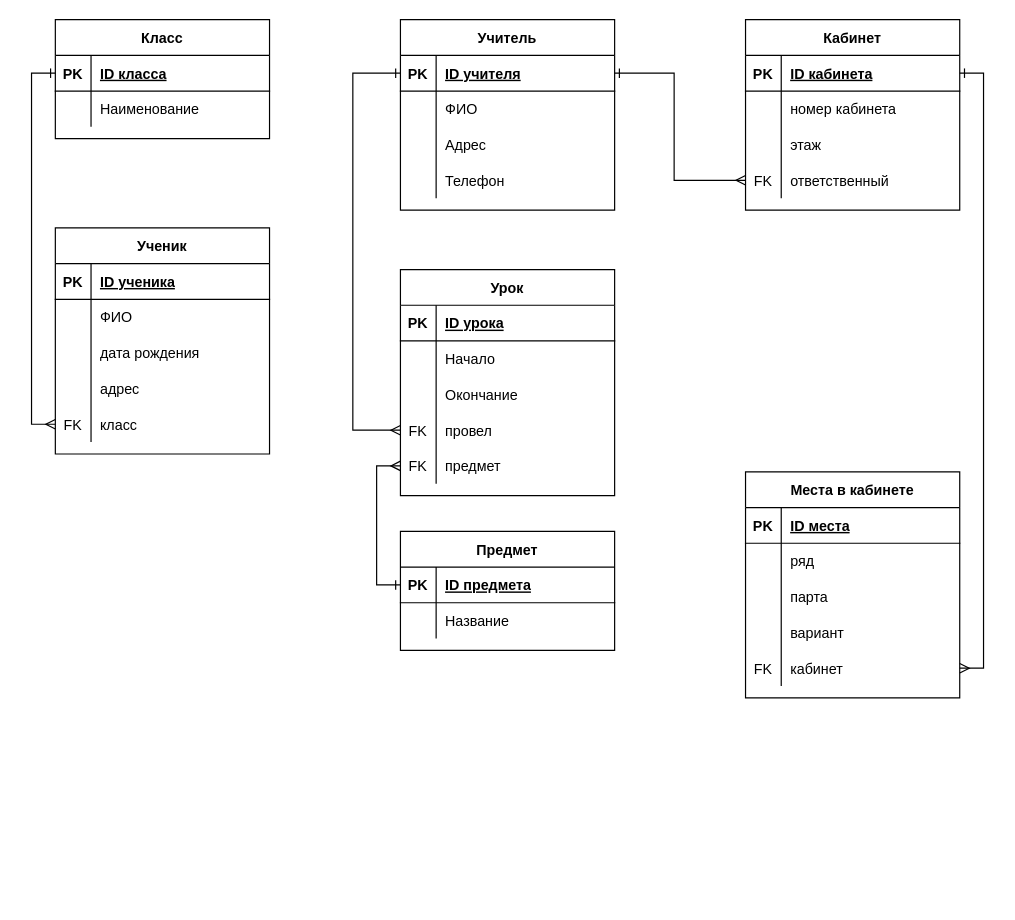
The draw.io diagram school.drawio in jokerjam-s/GB_Databases_HomeWork_003, before the edit. Source tidied: cells renumbered, new cells numbered last; positions are measured from the earlier drawing's top-left corner, leaving out a move shared by most shapes. Both pictures are drawn from the tidied source at 119%, with x=0, y=0 at pixel (55, 19).
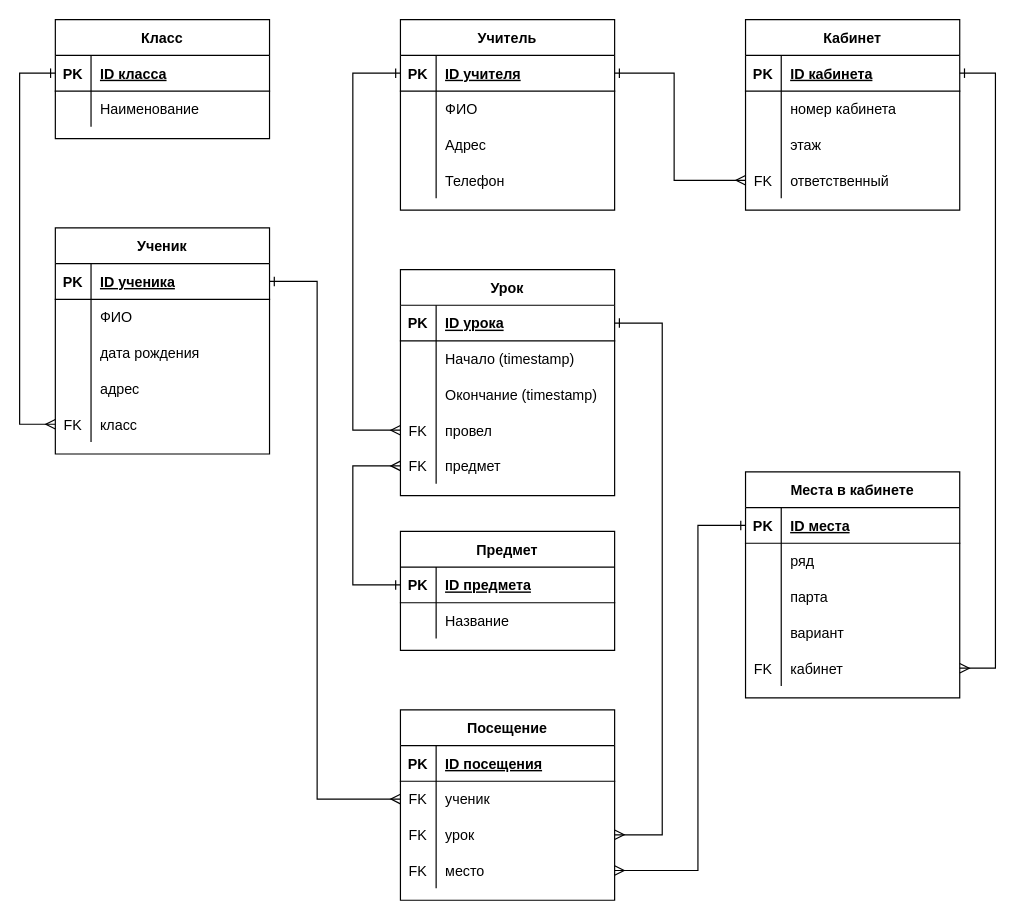
After the change.

Unchanged cells that the change refers to:
```xml
<mxCell id="3" style="shape=tableRow;horizontal=0;startSize=0;swimlaneHead=0;swimlaneBody=0;fillColor=none;points=[[0,0.5],[1,0.5]];portConstraint=eastwest;top=0;left=0;right=0;bottom=1;" parent="2" vertex="1">
  <mxGeometry y="30" width="180" height="30" as="geometry" />
</mxCell>
<mxCell id="10" style="shape=tableRow;horizontal=0;startSize=0;swimlaneHead=0;swimlaneBody=0;fillColor=none;points=[[0,0.5],[1,0.5]];portConstraint=eastwest;top=0;left=0;right=0;bottom=1;" parent="9" vertex="1">
  <mxGeometry y="30" width="180" height="30" as="geometry" />
</mxCell>
<mxCell id="23" style="shape=tableRow;horizontal=0;startSize=0;swimlaneHead=0;swimlaneBody=0;fillColor=none;points=[[0,0.5],[1,0.5]];portConstraint=eastwest;top=0;left=0;right=0;bottom=1;" parent="22" vertex="1">
  <mxGeometry y="30" width="180" height="30" as="geometry" />
</mxCell>
<mxCell id="35" style="shape=tableRow;horizontal=0;startSize=0;swimlaneHead=0;swimlaneBody=0;fillColor=none;points=[[0,0.5],[1,0.5]];portConstraint=eastwest;top=0;left=0;right=0;bottom=0;" parent="22" vertex="1">
  <mxGeometry y="150" width="180" height="30" as="geometry" />
</mxCell>
<mxCell id="39" style="shape=tableRow;horizontal=0;startSize=0;swimlaneHead=0;swimlaneBody=0;fillColor=none;points=[[0,0.5],[1,0.5]];portConstraint=eastwest;top=0;left=0;right=0;bottom=1;" parent="38" vertex="1">
  <mxGeometry y="30" width="180" height="30" as="geometry" />
</mxCell>
<mxCell id="51" style="shape=tableRow;horizontal=0;startSize=0;swimlaneHead=0;swimlaneBody=0;fillColor=none;points=[[0,0.5],[1,0.5]];portConstraint=eastwest;top=0;left=0;right=0;bottom=0;" parent="38" vertex="1">
  <mxGeometry y="150" width="180" height="30" as="geometry" />
</mxCell>
<mxCell id="68" style="shape=tableRow;horizontal=0;startSize=0;swimlaneHead=0;swimlaneBody=0;fillColor=none;points=[[0,0.5],[1,0.5]];portConstraint=eastwest;top=0;left=0;right=0;bottom=1;" parent="67" vertex="1">
  <mxGeometry y="30" width="180" height="30" as="geometry" />
</mxCell>
<mxCell id="71" style="shape=tableRow;horizontal=0;startSize=0;swimlaneHead=0;swimlaneBody=0;fillColor=none;top=0;left=0;right=0;bottom=0;" parent="67" vertex="1">
  <mxGeometry y="60" width="180" height="30" as="geometry" />
</mxCell>
<mxCell id="74" style="shape=tableRow;horizontal=0;startSize=0;swimlaneHead=0;swimlaneBody=0;fillColor=none;top=0;left=0;right=0;bottom=0;" parent="67" vertex="1">
  <mxGeometry y="90" width="180" height="30" as="geometry" />
</mxCell>
<mxCell id="80" style="shape=tableRow;horizontal=0;startSize=0;swimlaneHead=0;swimlaneBody=0;fillColor=none;points=[[0,0.5],[1,0.5]];portConstraint=eastwest;top=0;left=0;right=0;bottom=0;" parent="67" vertex="1">
  <mxGeometry y="150" width="180" height="30" as="geometry" />
</mxCell>
<mxCell id="84" style="shape=tableRow;horizontal=0;startSize=0;swimlaneHead=0;swimlaneBody=0;fillColor=none;points=[[0,0.5],[1,0.5]];portConstraint=eastwest;top=0;left=0;right=0;bottom=1;" parent="83" vertex="1">
  <mxGeometry y="30" width="180" height="30" as="geometry" />
</mxCell>
```

Diff of the diagram source:
```diff
@@
-    <mxCell id="73" value="Начало" style="shape=partialRectangle;fillColor=none;top=0;left=0;bottom=0;right=0;align=left;spacingLeft=6;overflow=hidden;" parent="71" vertex="1">
+    <mxCell id="73" value="Начало (timestamp)" style="shape=partialRectangle;fillColor=none;top=0;left=0;bottom=0;right=0;align=left;spacingLeft=6;overflow=hidden;" parent="71" vertex="1">
       <mxGeometry x="30" width="150" height="30" as="geometry" />
     </mxCell>
@@
-    <mxCell id="76" value="Окончание" style="shape=partialRectangle;fillColor=none;top=0;left=0;bottom=0;right=0;align=left;spacingLeft=6;overflow=hidden;" parent="74" vertex="1">
+    <mxCell id="76" value="Окончание (timestamp)" style="shape=partialRectangle;fillColor=none;top=0;left=0;bottom=0;right=0;align=left;spacingLeft=6;overflow=hidden;" parent="74" vertex="1">
       <mxGeometry x="30" width="150" height="30" as="geometry" />
     </mxCell>
@@
     <mxCell id="90" style="edgeStyle=orthogonalEdgeStyle;rounded=0;jettySize=auto;html=1;exitX=0;exitY=0.5;exitDx=0;exitDy=0;entryX=0;entryY=0.5;entryDx=0;entryDy=0;endArrow=ERmany;endFill=0;startArrow=ERone;startFill=0;" parent="1" edge="1" source="3" target="35">
-      <mxGeometry relative="1" as="geometry" />
+      <mxGeometry relative="1" as="geometry">
+        <Array as="points">
+          <mxPoint x="-30" y="45" />
+          <mxPoint x="-30" y="340" />
+        </Array>
+      </mxGeometry>
     </mxCell>
@@
     <mxCell id="93" style="edgeStyle=orthogonalEdgeStyle;rounded=0;jettySize=auto;html=1;exitX=0;exitY=0.5;exitDx=0;exitDy=0;startArrow=ERone;startFill=0;endArrow=ERmany;endFill=0;entryX=0;entryY=0.5;entryDx=0;entryDy=0;" parent="1" edge="1" source="84" target="80">
-      <mxGeometry relative="1" as="geometry" />
+      <mxGeometry relative="1" as="geometry">
+        <Array as="points">
+          <mxPoint x="250" y="475" />
+          <mxPoint x="250" y="375" />
+        </Array>
+      </mxGeometry>
     </mxCell>
     <mxCell id="94" style="edgeStyle=orthogonalEdgeStyle;rounded=0;jettySize=auto;html=1;exitX=1;exitY=0.5;exitDx=0;exitDy=0;startArrow=ERone;startFill=0;endArrow=ERmany;endFill=0;" parent="1" edge="1" source="10" target="51">
-      <mxGeometry relative="1" as="geometry" />
+      <mxGeometry relative="1" as="geometry">
+        <Array as="points">
+          <mxPoint x="790" y="45" />
+          <mxPoint x="790" y="545" />
+        </Array>
+      </mxGeometry>
     </mxCell>
+    <mxCell id="95" value="Посещение" style="shape=table;startSize=30;childLayout=tableLayout;rowLines=0;fontStyle=1;align=center;" parent="1" vertex="1">
+      <mxGeometry x="290" y="580" width="180" height="160" as="geometry" />
+    </mxCell>
+    <mxCell id="96" style="shape=tableRow;horizontal=0;startSize=0;swimlaneHead=0;swimlaneBody=0;fillColor=none;top=0;left=0;right=0;bottom=1;" parent="95" vertex="1">
+      <mxGeometry y="30" width="180" height="30" as="geometry" />
+    </mxCell>
+    <mxCell id="97" value="PK" style="shape=partialRectangle;fillColor=none;top=0;left=0;bottom=0;right=0;fontStyle=1;overflow=hidden;" parent="96" vertex="1">
+      <mxGeometry width="30" height="30" as="geometry" />
+    </mxCell>
+    <mxCell id="98" value="ID посещения" style="shape=partialRectangle;fillColor=none;top=0;left=0;bottom=0;right=0;align=left;spacingLeft=6;fontStyle=5;overflow=hidden;" parent="96" vertex="1">
+      <mxGeometry x="30" width="150" height="30" as="geometry" />
+    </mxCell>
+    <mxCell id="99" style="shape=tableRow;horizontal=0;startSize=0;swimlaneHead=0;swimlaneBody=0;fillColor=none;points=[[0,0.5],[1,0.5]];portConstraint=eastwest;top=0;left=0;right=0;bottom=0;" parent="95" vertex="1">
+      <mxGeometry y="60" width="180" height="30" as="geometry" />
+    </mxCell>
+    <mxCell id="100" value="FK" style="shape=partialRectangle;fillColor=none;top=0;left=0;bottom=0;right=0;overflow=hidden;" parent="99" vertex="1">
+      <mxGeometry width="30" height="30" as="geometry" />
+    </mxCell>
+    <mxCell id="101" value="ученик" style="shape=partialRectangle;fillColor=none;top=0;left=0;bottom=0;right=0;align=left;spacingLeft=6;overflow=hidden;" parent="99" vertex="1">
+      <mxGeometry x="30" width="150" height="30" as="geometry" />
+    </mxCell>
+    <mxCell id="102" style="shape=tableRow;horizontal=0;startSize=0;swimlaneHead=0;swimlaneBody=0;fillColor=none;points=[[0,0.5],[1,0.5]];portConstraint=eastwest;top=0;left=0;right=0;bottom=0;" parent="95" vertex="1">
+      <mxGeometry y="90" width="180" height="30" as="geometry" />
+    </mxCell>
+    <mxCell id="103" value="FK" style="shape=partialRectangle;fillColor=none;top=0;left=0;bottom=0;right=0;overflow=hidden;" parent="102" vertex="1">
+      <mxGeometry width="30" height="30" as="geometry" />
+    </mxCell>
+    <mxCell id="104" value="урок" style="shape=partialRectangle;fillColor=none;top=0;left=0;bottom=0;right=0;align=left;spacingLeft=6;overflow=hidden;" parent="102" vertex="1">
+      <mxGeometry x="30" width="150" height="30" as="geometry" />
+    </mxCell>
+    <mxCell id="105" style="shape=tableRow;horizontal=0;startSize=0;swimlaneHead=0;swimlaneBody=0;fillColor=none;points=[[0,0.5],[1,0.5]];portConstraint=eastwest;top=0;left=0;right=0;bottom=0;" parent="95" vertex="1">
+      <mxGeometry y="120" width="180" height="30" as="geometry" />
+    </mxCell>
+    <mxCell id="106" value="FK" style="shape=partialRectangle;fillColor=none;top=0;left=0;bottom=0;right=0;fontStyle=0;overflow=hidden;" parent="105" vertex="1">
+      <mxGeometry width="30" height="30" as="geometry" />
+    </mxCell>
+    <mxCell id="107" value="место" style="shape=partialRectangle;fillColor=none;top=0;left=0;bottom=0;right=0;align=left;spacingLeft=6;fontStyle=0;overflow=hidden;" parent="105" vertex="1">
+      <mxGeometry x="30" width="150" height="30" as="geometry" />
+    </mxCell>
+    <mxCell id="108" style="edgeStyle=orthogonalEdgeStyle;rounded=0;jettySize=auto;html=1;exitX=1;exitY=0.5;exitDx=0;exitDy=0;startArrow=ERone;startFill=0;endArrow=ERmany;endFill=0;" parent="1" edge="1" source="23" target="99">
+      <mxGeometry relative="1" as="geometry">
+        <Array as="points">
+          <mxPoint x="220" y="220" />
+          <mxPoint x="220" y="655" />
+        </Array>
+      </mxGeometry>
+    </mxCell>
+    <mxCell id="109" style="edgeStyle=orthogonalEdgeStyle;rounded=0;jettySize=auto;html=1;exitX=1;exitY=0.5;exitDx=0;exitDy=0;entryX=1;entryY=0.5;entryDx=0;entryDy=0;startArrow=ERone;startFill=0;endArrow=ERmany;endFill=0;" parent="1" edge="1" source="68" target="102">
+      <mxGeometry relative="1" as="geometry">
+        <Array as="points">
+          <mxPoint x="510" y="255" />
+          <mxPoint x="510" y="685" />
+        </Array>
+      </mxGeometry>
+    </mxCell>
+    <mxCell id="110" style="edgeStyle=orthogonalEdgeStyle;rounded=0;jettySize=auto;html=1;exitX=0;exitY=0.5;exitDx=0;exitDy=0;startArrow=ERone;startFill=0;endArrow=ERmany;endFill=0;" parent="1" edge="1" source="39" target="105">
+      <mxGeometry relative="1" as="geometry">
+        <Array as="points">
+          <mxPoint x="540" y="425" />
+          <mxPoint x="540" y="715" />
+        </Array>
+      </mxGeometry>
+    </mxCell>
```
